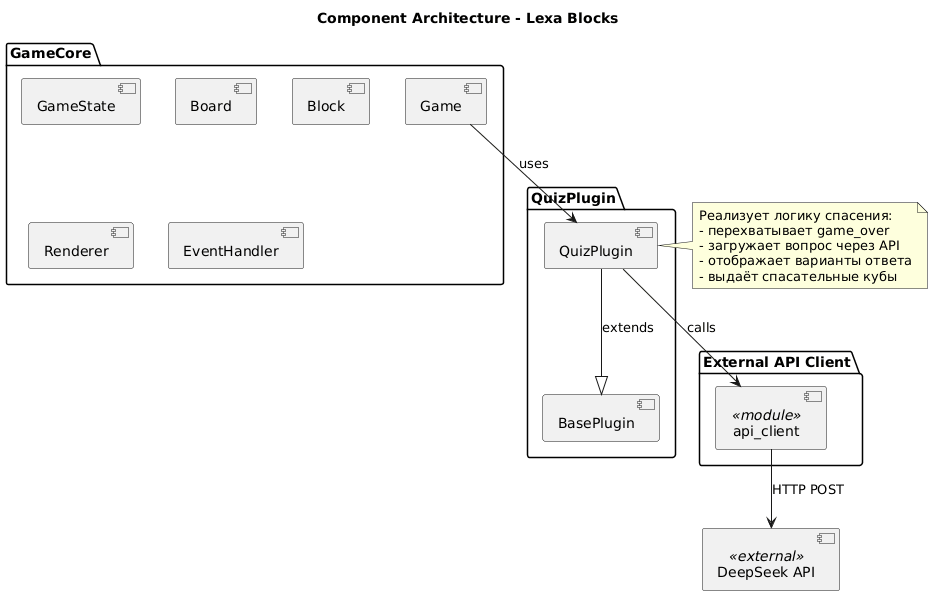
Before: generated/component-diagram.png, a diagram exported from PlantUML (pashk3r/lexa-blocks).
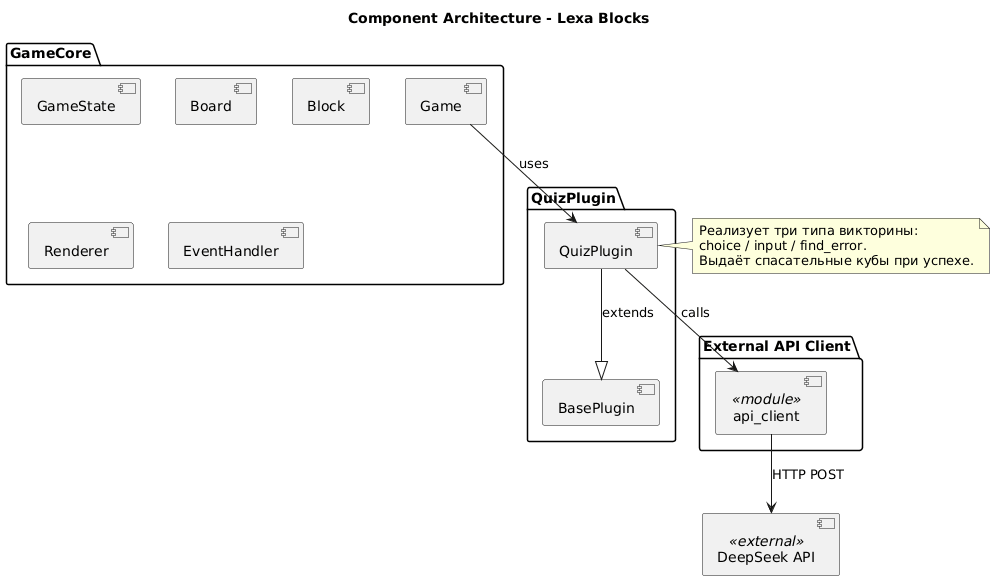
The same file after the commit.

The edit, as a diff of the source:
```diff
@@ -27,10 +27,8 @@
 APIClient --> DeepSeek : HTTP POST
 
 note right of QuizPluginComp
-    Реализует логику спасения:
-    - перехватывает game_over
-    - загружает вопрос через API
-    - отображает варианты ответа
-    - выдаёт спасательные кубы
+    Реализует три типа викторины:
+    choice / input / find_error.
+    Выдаёт спасательные кубы при успехе.
 end note
 @enduml
```
